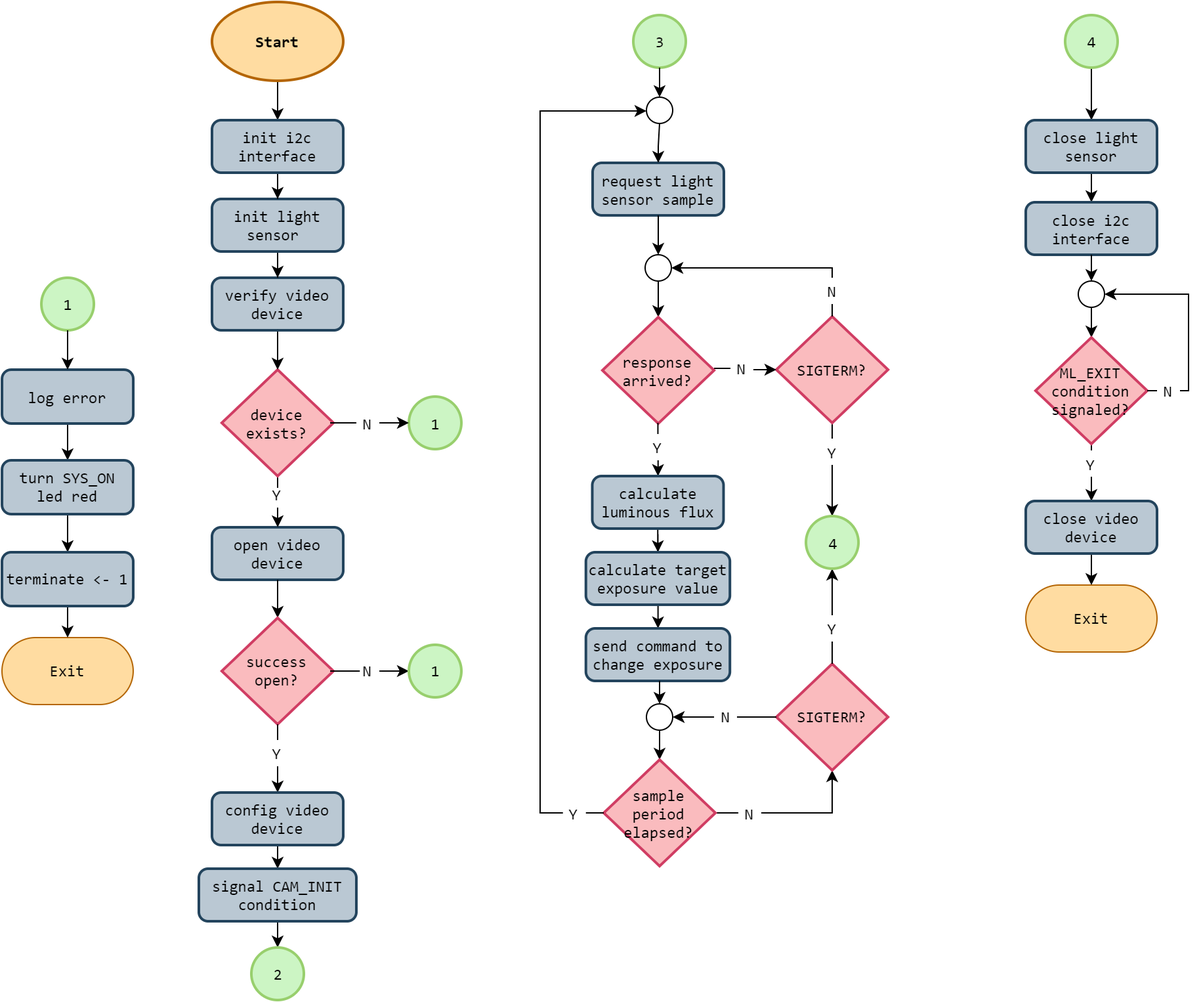
This is 3. Design/4. Software Specification/threads/thread-fc/thread-fc-camera-control.png from esrg-silent-howl/argos, a draw.io export, as it was before one commit. Source tidied: cells renumbered, new cells last; positions are measured from the earlier drawing's top-left corner, leaving out a move shared by most shapes.
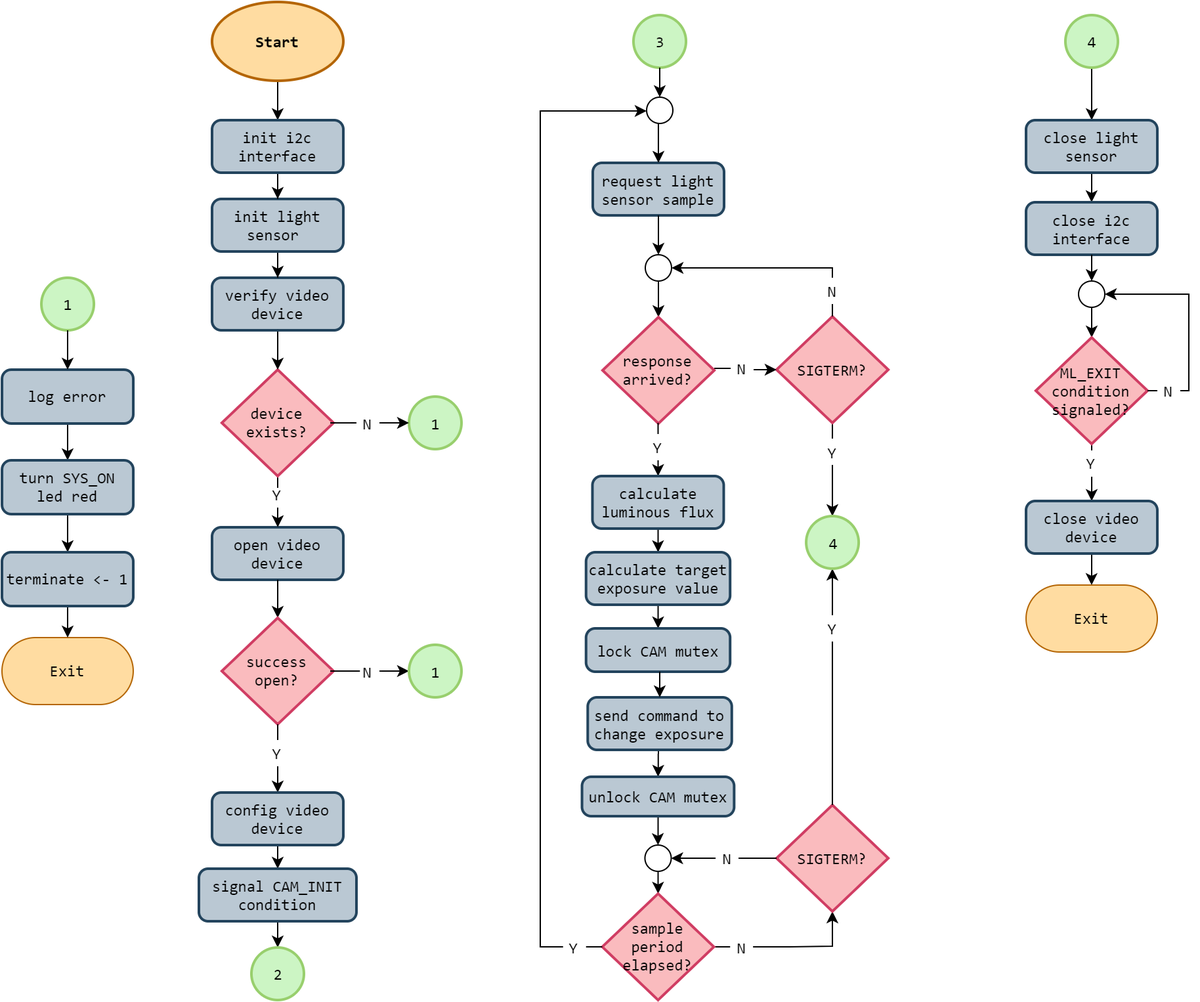
The same diagram one commit later.

The edit, as a diff of the source:
```diff
@@ -264,8 +264,8 @@
     <mxCell id="62" style="edgeStyle=orthogonalEdgeStyle;rounded=0;jettySize=auto;html=1;endArrow=classic;endFill=1;fontFamily=Consolas;entryX=0.5;entryY=0;entryDx=0;entryDy=0;entryPerimeter=0;" parent="1" edge="1" source="68" target="67">
       <mxGeometry relative="1" as="geometry" />
     </mxCell>
-    <mxCell id="63" value="send command to change exposure" style="rounded=1;whiteSpace=wrap;html=1;absoluteArcSize=1;arcSize=14;strokeWidth=2;fillColor=#bac8d3;strokeColor=#23445d;fontFamily=Consolas;" parent="1" vertex="1">
-      <mxGeometry x="444.9" y="477" width="109.7" height="40" as="geometry" />
+    <mxCell id="63" value="lock CAM mutex" style="rounded=1;whiteSpace=wrap;html=1;absoluteArcSize=1;arcSize=14;strokeWidth=2;fillColor=#bac8d3;strokeColor=#23445d;fontFamily=Consolas;" parent="1" vertex="1">
+      <mxGeometry x="444.9" y="477" width="109.7" height="33" as="geometry" />
     </mxCell>
     <mxCell id="64" style="ellipse;whiteSpace=wrap;html=1;fontFamily=Consolas;" parent="1" vertex="1">
       <mxGeometry x="491" y="72.5" width="20" height="20" as="geometry" />
@@ -276,38 +276,33 @@
     <mxCell id="66" style="edgeStyle=orthogonalEdgeStyle;rounded=0;jettySize=auto;html=1;entryX=0;entryY=0.5;entryDx=0;entryDy=0;endArrow=none;endFill=0;fontFamily=Consolas;exitX=1;exitY=0.5;exitDx=0;exitDy=0;exitPerimeter=0;" parent="1" edge="1" source="67" target="71">
       <mxGeometry relative="1" as="geometry">
         <Array as="points">
-          <mxPoint x="555" y="617.5" />
+          <mxPoint x="550" y="720" />
+          <mxPoint x="550" y="720" />
         </Array>
       </mxGeometry>
     </mxCell>
     <mxCell id="67" value="sample period elapsed?" style="strokeWidth=2;html=1;shape=mxgraph.flowchart.decision;whiteSpace=wrap;fillColor=#FABBBE;strokeColor=#D03D63;fontFamily=Consolas;" parent="1" vertex="1">
-      <mxGeometry x="458.5" y="577" width="85" height="81" as="geometry" />
+      <mxGeometry x="457.2" y="679" width="85" height="81" as="geometry" />
     </mxCell>
     <mxCell id="68" style="ellipse;whiteSpace=wrap;html=1;fontFamily=Consolas;" parent="1" vertex="1">
-      <mxGeometry x="491" y="534.5" width="20" height="20" as="geometry" />
+      <mxGeometry x="489.7" y="642" width="20" height="20" as="geometry" />
     </mxCell>
-    <mxCell id="69" style="edgeStyle=orthogonalEdgeStyle;rounded=0;jettySize=auto;html=1;endArrow=classic;endFill=1;fontFamily=Consolas;entryX=0.5;entryY=0;entryDx=0;entryDy=0;" parent="1" edge="1" source="63" target="68">
-      <mxGeometry relative="1" as="geometry">
-        <Array as="points">
-          <mxPoint x="501" y="529.5" />
-          <mxPoint x="501" y="529.5" />
-        </Array>
-      </mxGeometry>
-    </mxCell>
     <mxCell id="70" style="edgeStyle=orthogonalEdgeStyle;rounded=0;jettySize=auto;html=1;endArrow=classic;endFill=1;fontFamily=Consolas;entryX=0.5;entryY=1;entryDx=0;entryDy=0;entryPerimeter=0;" parent="1" edge="1" source="71" target="74">
       <mxGeometry relative="1" as="geometry">
         <Array as="points">
-          <mxPoint x="633" y="617.5" />
+          <mxPoint x="600" y="719" />
+          <mxPoint x="632" y="719" />
         </Array>
       </mxGeometry>
     </mxCell>
     <mxCell id="71" value="N" style="text;html=1;strokeColor=none;fillColor=none;align=center;verticalAlign=middle;whiteSpace=wrap;rounded=0;fontFamily=Consolas;" parent="1" vertex="1">
-      <mxGeometry x="561" y="607.5" width="17.5" height="20" as="geometry" />
+      <mxGeometry x="554.6" y="709.5" width="17.5" height="20" as="geometry" />
     </mxCell>
     <mxCell id="72" style="edgeStyle=orthogonalEdgeStyle;rounded=0;jettySize=auto;html=1;endArrow=classic;endFill=1;fontFamily=Consolas;exitX=0;exitY=0.5;exitDx=0;exitDy=0;" parent="1" edge="1" source="75" target="68">
       <mxGeometry relative="1" as="geometry">
         <Array as="points">
-          <mxPoint x="544" y="544.5" />
+          <mxPoint x="520" y="652" />
+          <mxPoint x="520" y="652" />
         </Array>
       </mxGeometry>
     </mxCell>
@@ -315,10 +310,10 @@
       <mxGeometry relative="1" as="geometry" />
     </mxCell>
     <mxCell id="74" value="SIGTERM?" style="strokeWidth=2;html=1;shape=mxgraph.flowchart.decision;whiteSpace=wrap;fillColor=#FABBBE;strokeColor=#D03D63;fontFamily=Consolas;" parent="1" vertex="1">
-      <mxGeometry x="590" y="504" width="85" height="81" as="geometry" />
+      <mxGeometry x="590" y="611.5" width="85" height="81" as="geometry" />
     </mxCell>
     <mxCell id="75" value="N" style="text;html=1;strokeColor=none;fillColor=none;align=center;verticalAlign=middle;whiteSpace=wrap;rounded=0;fontFamily=Consolas;" parent="1" vertex="1">
-      <mxGeometry x="542.5" y="534.5" width="17.5" height="20" as="geometry" />
+      <mxGeometry x="543.5" y="642" width="17.5" height="20" as="geometry" />
     </mxCell>
     <mxCell id="76" style="edgeStyle=orthogonalEdgeStyle;rounded=0;jettySize=auto;html=1;endArrow=none;endFill=0;fontFamily=Consolas;exitX=0;exitY=0.5;exitDx=0;exitDy=0;exitPerimeter=0;" parent="1" edge="1" source="74" target="75">
       <mxGeometry relative="1" as="geometry" />
@@ -335,13 +330,13 @@
       </mxGeometry>
     </mxCell>
     <mxCell id="79" value="Y" style="text;html=1;strokeColor=none;fillColor=none;align=center;verticalAlign=middle;whiteSpace=wrap;rounded=0;fontFamily=Consolas;" parent="1" vertex="1">
-      <mxGeometry x="427.4" y="607.5" width="17.5" height="20" as="geometry" />
+      <mxGeometry x="427.4" y="709.5" width="17.5" height="20" as="geometry" />
     </mxCell>
-    <mxCell id="80" style="edgeStyle=orthogonalEdgeStyle;rounded=0;jettySize=auto;html=1;endArrow=none;endFill=0;fontFamily=Consolas;exitX=0;exitY=0.5;exitDx=0;exitDy=0;exitPerimeter=0;" parent="1" edge="1" source="67" target="79">
+    <mxCell id="80" style="edgeStyle=orthogonalEdgeStyle;rounded=0;jettySize=auto;html=1;endArrow=none;endFill=0;fontFamily=Consolas;exitX=0;exitY=0.5;exitDx=0;exitDy=0;exitPerimeter=0;entryX=1;entryY=0.5;entryDx=0;entryDy=0;" parent="1" edge="1" source="67" target="79">
       <mxGeometry relative="1" as="geometry">
         <Array as="points">
-          <mxPoint x="450" y="617.5" />
-          <mxPoint x="450" y="617.5" />
+          <mxPoint x="450" y="720" />
+          <mxPoint x="445" y="720" />
         </Array>
       </mxGeometry>
     </mxCell>
@@ -432,5 +427,30 @@
     <mxCell id="104" value="Y" style="text;html=1;strokeColor=none;fillColor=none;align=center;verticalAlign=middle;whiteSpace=wrap;rounded=0;fontFamily=Consolas;" parent="1" vertex="1">
       <mxGeometry x="821.3" y="341.5" width="17.5" height="20" as="geometry" />
     </mxCell>
+    <mxCell id="105" style="edgeStyle=orthogonalEdgeStyle;rounded=0;jettySize=auto;html=1;entryX=0.5;entryY=0;entryDx=0;entryDy=0;" parent="1" edge="1" source="106" target="109">
+      <mxGeometry relative="1" as="geometry">
+        <Array as="points">
+          <mxPoint x="500" y="570" />
+          <mxPoint x="500" y="570" />
+        </Array>
+      </mxGeometry>
+    </mxCell>
+    <mxCell id="106" value="send command to change exposure" style="rounded=1;whiteSpace=wrap;html=1;absoluteArcSize=1;arcSize=14;strokeWidth=2;fillColor=#bac8d3;strokeColor=#23445d;fontFamily=Consolas;" parent="1" vertex="1">
+      <mxGeometry x="446.1" y="529.5" width="109.7" height="40" as="geometry" />
+    </mxCell>
+    <mxCell id="107" style="edgeStyle=orthogonalEdgeStyle;rounded=0;jettySize=auto;html=1;endArrow=classic;endFill=1;fontFamily=Consolas;entryX=0.5;entryY=0;entryDx=0;entryDy=0;" parent="1" edge="1" source="63" target="106">
+      <mxGeometry relative="1" as="geometry">
+        <Array as="points">
+          <mxPoint x="501" y="520" />
+          <mxPoint x="501" y="520" />
+        </Array>
+      </mxGeometry>
+    </mxCell>
+    <mxCell id="108" style="edgeStyle=orthogonalEdgeStyle;rounded=0;jettySize=auto;html=1;entryX=0.5;entryY=0;entryDx=0;entryDy=0;" parent="1" edge="1" source="109" target="68">
+      <mxGeometry relative="1" as="geometry" />
+    </mxCell>
+    <mxCell id="109" value="unlock CAM mutex" style="rounded=1;whiteSpace=wrap;html=1;absoluteArcSize=1;arcSize=14;strokeWidth=2;fillColor=#bac8d3;strokeColor=#23445d;fontFamily=Consolas;" parent="1" vertex="1">
+      <mxGeometry x="441.8" y="590" width="115.9" height="30" as="geometry" />
+    </mxCell>
   </root>
 </mxGraphModel>
```
